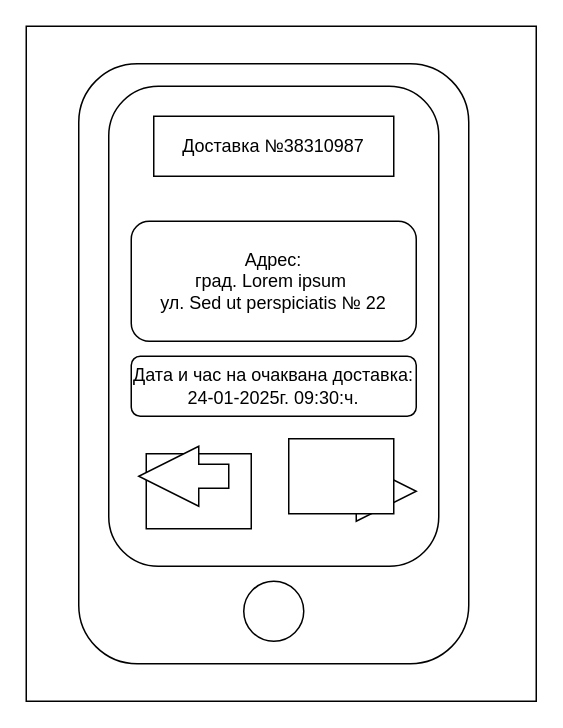
Earlier version of the draw.io diagram Chapter2/DeliveryScreen.drawio (profjordanov/phd). Source tidied: cells renumbered, new cells numbered last; positions are measured from the earlier drawing's top-left corner, leaving out a move shared by most shapes. Both pictures are drawn from the tidied source at 150%, with x=0, y=0 at pixel (26, 26).
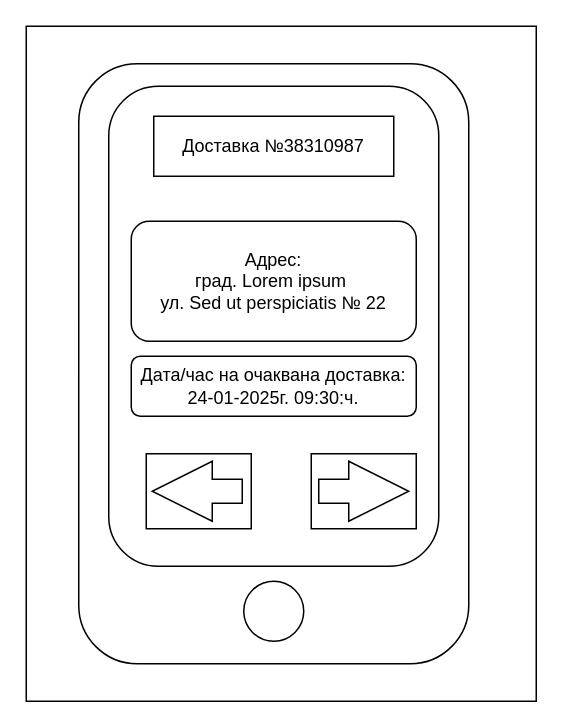
The same page after the edit.

What changed in the source:
```diff
@@
 <mxGraphModel>
   <root>
     <mxCell id="0" />
     <mxCell id="1" parent="0" />
     <mxCell id="2" style="rounded=0;whiteSpace=wrap;html=1;" parent="1" vertex="1">
       <mxGeometry width="340" height="450" as="geometry" />
     </mxCell>
     <mxCell id="3" style="rounded=1;whiteSpace=wrap;html=1;" parent="1" vertex="1">
       <mxGeometry x="35" y="25" width="260" height="400" as="geometry" />
     </mxCell>
     <mxCell id="4" style="rounded=1;whiteSpace=wrap;html=1;" parent="1" vertex="1">
       <mxGeometry x="55" y="40" width="220" height="320" as="geometry" />
     </mxCell>
     <mxCell id="5" value="Доставка №38310987" style="rounded=0;whiteSpace=wrap;html=1;" parent="1" vertex="1">
       <mxGeometry x="85" y="60" width="160" height="40" as="geometry" />
     </mxCell>
-    <mxCell id="6" value="Дата и час на очаквана доставка:&lt;br&gt;24-01-2025г. 09:30:ч." style="rounded=1;whiteSpace=wrap;html=1;" parent="1" vertex="1">
+    <mxCell id="6" value="Дата/час на очаквана доставка:&lt;br&gt;24-01-2025г. 09:30:ч." style="rounded=1;whiteSpace=wrap;html=1;" parent="1" vertex="1">
       <mxGeometry x="70" y="220" width="190" height="40" as="geometry" />
     </mxCell>
     <mxCell id="7" value="Адрес:&lt;br&gt;град.&amp;nbsp;Lorem ipsum&amp;nbsp;&lt;br&gt;ул.&amp;nbsp;Sed ut perspiciatis № 22" style="rounded=1;whiteSpace=wrap;html=1;" parent="1" vertex="1">
       <mxGeometry x="70" y="130" width="190" height="80" as="geometry" />
     </mxCell>
     <mxCell id="8" style="ellipse;whiteSpace=wrap;html=1;" parent="1" vertex="1">
       <mxGeometry x="145" y="370" width="40" height="40" as="geometry" />
     </mxCell>
-    <mxCell id="9" style="html=1;shadow=0;dashed=0;align=center;verticalAlign=middle;shape=mxgraph.arrows2.arrow;dy=0.6;dx=40;flipH=1;notch=0;direction=west;" parent="1" vertex="1">
-      <mxGeometry x="200" y="290" width="60" height="40" as="geometry" />
-    </mxCell>
     <mxCell id="10" style="rounded=0;whiteSpace=wrap;html=1;" parent="1" vertex="1">
-      <mxGeometry x="175" y="275" width="70" height="50" as="geometry" />
+      <mxGeometry x="190" y="285" width="70" height="50" as="geometry" />
     </mxCell>
     <mxCell id="11" style="rounded=0;whiteSpace=wrap;html=1;" parent="1" vertex="1">
       <mxGeometry x="80" y="285" width="70" height="50" as="geometry" />
     </mxCell>
     <mxCell id="12" style="html=1;shadow=0;dashed=0;align=center;verticalAlign=middle;shape=mxgraph.arrows2.arrow;dy=0.6;dx=40;flipH=1;notch=0;" parent="1" vertex="1">
-      <mxGeometry x="75" y="280" width="60" height="40" as="geometry" />
+      <mxGeometry x="84" y="290" width="60" height="40" as="geometry" />
     </mxCell>
+    <mxCell id="13" style="html=1;shadow=0;dashed=0;align=center;verticalAlign=middle;shape=mxgraph.arrows2.arrow;dy=0.6;dx=40;flipH=1;notch=0;direction=west;" parent="1" vertex="1">
+      <mxGeometry x="195" y="290" width="60" height="40" as="geometry" />
+    </mxCell>
   </root>
 </mxGraphModel>
```
